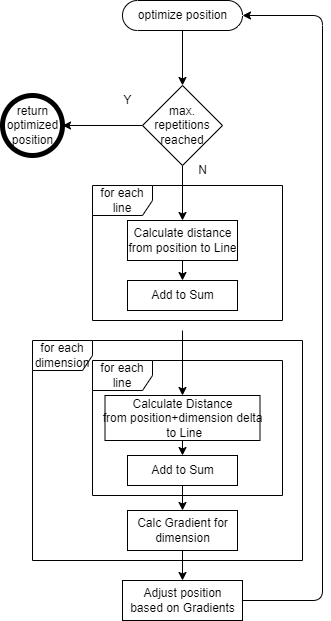
Above: Documents/GradDesc.png in Christophgru/Studienarbeit (draw.io), before the change. Source tidied: cells renumbered, new cells last; positions are measured from the earlier drawing's top-left corner, leaving out a move shared by most shapes.
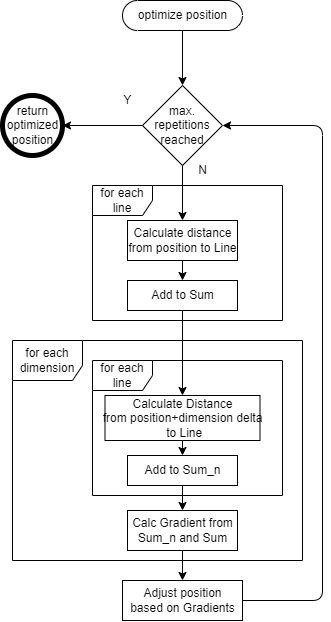
Above is the later version.

The edit, as a diff of the source:
```diff
@@ -2,8 +2,8 @@
   <root>
     <mxCell id="0" />
     <mxCell id="1" parent="0" />
-    <mxCell id="2" value="for each dimension" style="shape=umlFrame;whiteSpace=wrap;html=1;" parent="1" vertex="1">
-      <mxGeometry x="30" y="340" width="270" height="220" as="geometry" />
+    <mxCell id="2" value="for each dimension" style="shape=umlFrame;whiteSpace=wrap;html=1;width=70;height=40;" parent="1" vertex="1">
+      <mxGeometry x="10" y="340" width="290" height="220" as="geometry" />
     </mxCell>
     <mxCell id="3" style="edgeStyle=none;html=1;" parent="1" edge="1" source="4" target="7">
       <mxGeometry relative="1" as="geometry" />
@@ -40,10 +40,8 @@
     <mxCell id="13" value="Calculate distance &lt;br&gt;from position to Line" style="html=1;" parent="1" vertex="1">
       <mxGeometry x="125" y="220" width="110" height="40" as="geometry" />
     </mxCell>
-    <mxCell id="14" style="edgeStyle=none;html=1;exitX=0.5;exitY=1;exitDx=0;exitDy=0;entryX=0.5;entryY=0;entryDx=0;entryDy=0;" parent="1" edge="1" target="18">
-      <mxGeometry relative="1" as="geometry">
-        <mxPoint x="180" y="330" as="sourcePoint" />
-      </mxGeometry>
+    <mxCell id="14" style="edgeStyle=none;html=1;exitX=0.5;exitY=1;exitDx=0;exitDy=0;entryX=0.5;entryY=0;entryDx=0;entryDy=0;" parent="1" edge="1" source="15" target="18">
+      <mxGeometry relative="1" as="geometry" />
     </mxCell>
     <mxCell id="15" value="Add to Sum" style="html=1;" parent="1" vertex="1">
       <mxGeometry x="125" y="280" width="110" height="30" as="geometry" />
@@ -62,20 +60,20 @@
         <mxPoint x="180" y="510" as="targetPoint" />
       </mxGeometry>
     </mxCell>
-    <mxCell id="20" value="Add to Sum" style="html=1;" parent="1" vertex="1">
+    <mxCell id="20" value="Add to Sum_n" style="html=1;" parent="1" vertex="1">
       <mxGeometry x="125" y="455" width="110" height="30" as="geometry" />
     </mxCell>
     <mxCell id="21" style="edgeStyle=none;html=1;exitX=0.5;exitY=1;exitDx=0;exitDy=0;" parent="1" edge="1" source="22" target="24">
       <mxGeometry relative="1" as="geometry" />
     </mxCell>
-    <mxCell id="22" value="Calc Gradient for &lt;br&gt;dimension" style="html=1;" parent="1" vertex="1">
+    <mxCell id="22" value="Calc Gradient from&lt;br&gt;Sum_n and Sum" style="html=1;" parent="1" vertex="1">
       <mxGeometry x="125" y="510" width="110" height="40" as="geometry" />
     </mxCell>
-    <mxCell id="23" style="edgeStyle=orthogonalEdgeStyle;html=1;exitX=1;exitY=0.5;exitDx=0;exitDy=0;entryX=1;entryY=0.5;entryDx=0;entryDy=0;entryPerimeter=0;" parent="1" edge="1" source="24" target="4">
+    <mxCell id="23" style="edgeStyle=orthogonalEdgeStyle;html=1;exitX=1;exitY=0.5;exitDx=0;exitDy=0;entryX=1;entryY=0.5;entryDx=0;entryDy=0;" parent="1" edge="1" source="24" target="7">
       <mxGeometry relative="1" as="geometry">
         <Array as="points">
           <mxPoint x="320" y="600" />
-          <mxPoint x="320" y="15" />
+          <mxPoint x="320" y="125" />
         </Array>
       </mxGeometry>
     </mxCell>
```
